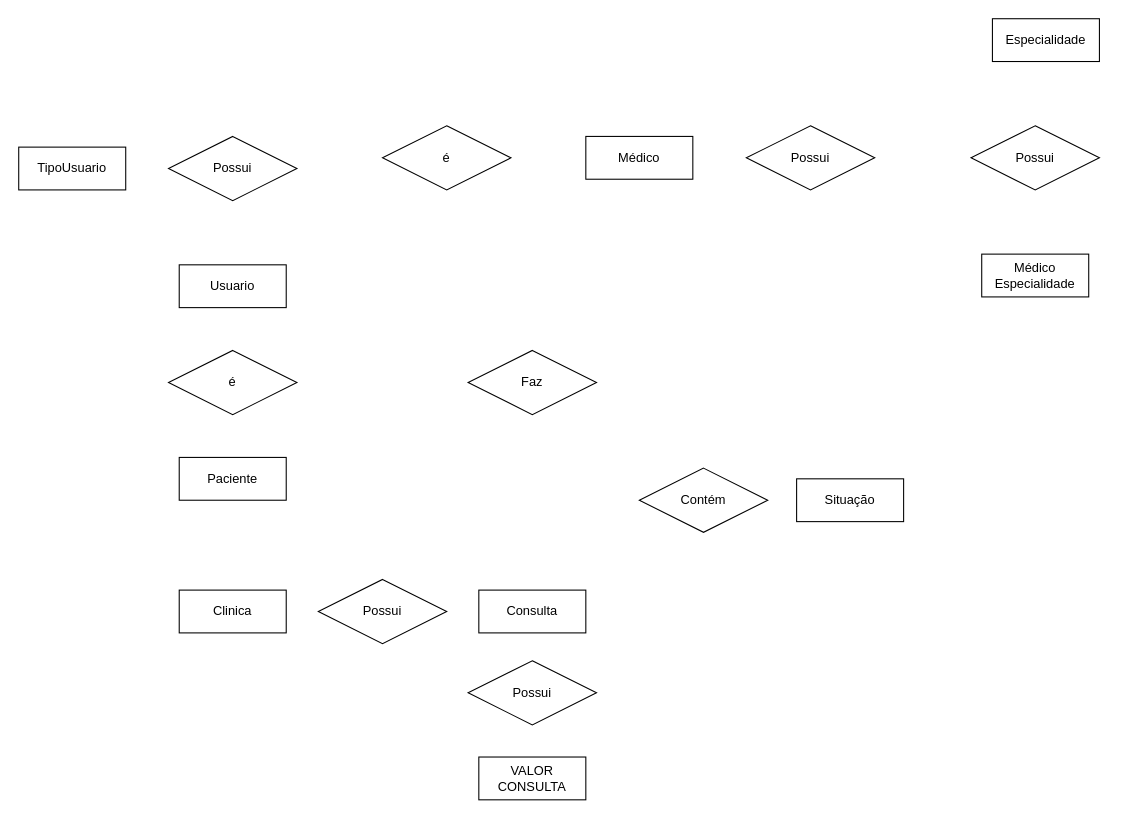
This is page "conceitual" (2 of 2) of Backend Modelagem/Modelagem Logica.drawio from xcrispis/senai_spmedgroup_sprint1_-bd_manha1_marco, a draw.io file, before an edit. Source tidied: cells renumbered, new cells numbered last; positions are measured from the earlier drawing's top-left corner, leaving out a move shared by most shapes. Both pictures are drawn from the tidied source at 107%, with x=0, y=0 at pixel (18, 18).
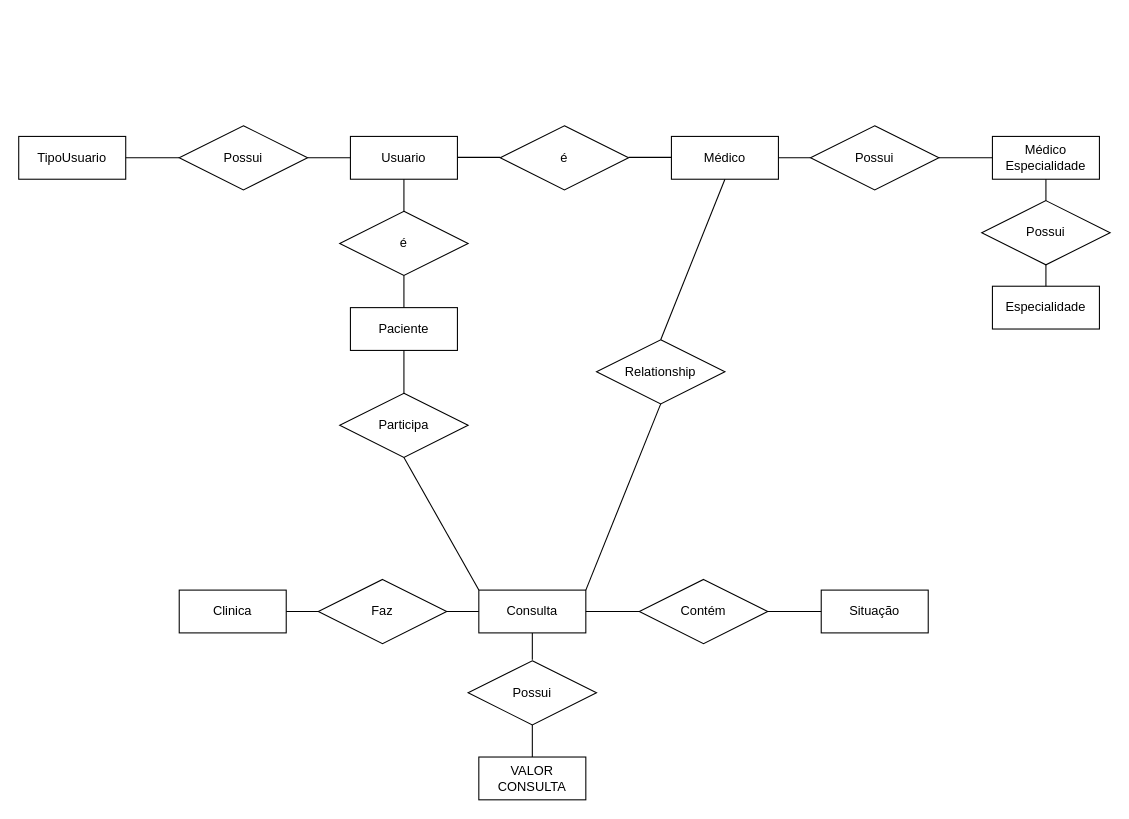
Above is the later version.

The change refers to these unchanged cells:
```xml
<mxCell id="8" value="Clinica&lt;br&gt;" style="whiteSpace=wrap;html=1;align=center;" parent="1" vertex="1">
  <mxGeometry x="150" y="534" width="100" height="40" as="geometry" />
</mxCell>
<mxCell id="9" value="Consulta" style="whiteSpace=wrap;html=1;align=center;" parent="1" vertex="1">
  <mxGeometry x="430" y="534" width="100" height="40" as="geometry" />
</mxCell>
<mxCell id="10" value="VALOR CONSULTA" style="whiteSpace=wrap;html=1;align=center;" parent="1" vertex="1">
  <mxGeometry x="430" y="690" width="100" height="40" as="geometry" />
</mxCell>
<mxCell id="19" value="Possui" style="shape=rhombus;perimeter=rhombusPerimeter;whiteSpace=wrap;html=1;align=center;" parent="1" vertex="1">
  <mxGeometry x="420" y="600" width="120" height="60" as="geometry" />
</mxCell>
```

Diff of the diagram source:
```diff
@@
     <mxCell id="2" value="TipoUsuario" style="whiteSpace=wrap;html=1;align=center;" parent="1" vertex="1">
-      <mxGeometry y="120" width="100" height="40" as="geometry" />
+      <mxGeometry y="110" width="100" height="40" as="geometry" />
     </mxCell>
     <mxCell id="3" value="Usuario" style="whiteSpace=wrap;html=1;align=center;" parent="1" vertex="1">
-      <mxGeometry x="150" y="230" width="100" height="40" as="geometry" />
+      <mxGeometry x="310" y="110" width="100" height="40" as="geometry" />
     </mxCell>
     <mxCell id="4" value="Paciente" style="whiteSpace=wrap;html=1;align=center;" parent="1" vertex="1">
-      <mxGeometry x="150" y="410" width="100" height="40" as="geometry" />
+      <mxGeometry x="310" y="270" width="100" height="40" as="geometry" />
     </mxCell>
     <mxCell id="5" value="Médico" style="whiteSpace=wrap;html=1;align=center;" parent="1" vertex="1">
-      <mxGeometry x="530" y="110" width="100" height="40" as="geometry" />
+      <mxGeometry x="610" y="110" width="100" height="40" as="geometry" />
     </mxCell>
     <mxCell id="6" value="Médico Especialidade" style="whiteSpace=wrap;html=1;align=center;" parent="1" vertex="1">
-      <mxGeometry x="900" y="220" width="100" height="40" as="geometry" />
+      <mxGeometry x="910" y="110" width="100" height="40" as="geometry" />
     </mxCell>
     <mxCell id="7" value="Especialidade" style="whiteSpace=wrap;html=1;align=center;" parent="1" vertex="1">
-      <mxGeometry x="910" width="100" height="40" as="geometry" />
+      <mxGeometry x="910" y="250" width="100" height="40" as="geometry" />
     </mxCell>
@@
     <mxCell id="11" value="Situação" style="whiteSpace=wrap;html=1;align=center;" parent="1" vertex="1">
-      <mxGeometry x="727" y="430" width="100" height="40" as="geometry" />
+      <mxGeometry x="750" y="534" width="100" height="40" as="geometry" />
     </mxCell>
     <mxCell id="12" value="Possui" style="shape=rhombus;perimeter=rhombusPerimeter;whiteSpace=wrap;html=1;align=center;" parent="1" vertex="1">
-      <mxGeometry x="140" y="110" width="120" height="60" as="geometry" />
+      <mxGeometry x="150" y="100" width="120" height="60" as="geometry" />
     </mxCell>
-    <mxCell id="13" value="Faz" style="shape=rhombus;perimeter=rhombusPerimeter;whiteSpace=wrap;html=1;align=center;" parent="1" vertex="1">
-      <mxGeometry x="420" y="310" width="120" height="60" as="geometry" />
+    <mxCell id="13" value="Participa" style="shape=rhombus;perimeter=rhombusPerimeter;whiteSpace=wrap;html=1;align=center;" parent="1" vertex="1">
+      <mxGeometry x="300" y="350" width="120" height="60" as="geometry" />
     </mxCell>
     <mxCell id="14" value="é" style="shape=rhombus;perimeter=rhombusPerimeter;whiteSpace=wrap;html=1;align=center;" parent="1" vertex="1">
-      <mxGeometry x="340" y="100" width="120" height="60" as="geometry" />
+      <mxGeometry x="450" y="100" width="120" height="60" as="geometry" />
     </mxCell>
     <mxCell id="15" value="é" style="shape=rhombus;perimeter=rhombusPerimeter;whiteSpace=wrap;html=1;align=center;" parent="1" vertex="1">
-      <mxGeometry x="140" y="310" width="120" height="60" as="geometry" />
+      <mxGeometry x="300" y="180" width="120" height="60" as="geometry" />
     </mxCell>
     <mxCell id="16" value="Possui" style="shape=rhombus;perimeter=rhombusPerimeter;whiteSpace=wrap;html=1;align=center;" parent="1" vertex="1">
-      <mxGeometry x="680" y="100" width="120" height="60" as="geometry" />
+      <mxGeometry x="740" y="100" width="120" height="60" as="geometry" />
     </mxCell>
     <mxCell id="17" value="Possui" style="shape=rhombus;perimeter=rhombusPerimeter;whiteSpace=wrap;html=1;align=center;" parent="1" vertex="1">
-      <mxGeometry x="890" y="100" width="120" height="60" as="geometry" />
+      <mxGeometry x="900" y="170" width="120" height="60" as="geometry" />
     </mxCell>
-    <mxCell id="18" value="Possui" style="shape=rhombus;perimeter=rhombusPerimeter;whiteSpace=wrap;html=1;align=center;" parent="1" vertex="1">
+    <mxCell id="18" value="Faz" style="shape=rhombus;perimeter=rhombusPerimeter;whiteSpace=wrap;html=1;align=center;" parent="1" vertex="1">
       <mxGeometry x="280" y="524" width="120" height="60" as="geometry" />
     </mxCell>
@@
     <mxCell id="20" value="Contém" style="shape=rhombus;perimeter=rhombusPerimeter;whiteSpace=wrap;html=1;align=center;" parent="1" vertex="1">
-      <mxGeometry x="580" y="420" width="120" height="60" as="geometry" />
+      <mxGeometry x="580" y="524" width="120" height="60" as="geometry" />
     </mxCell>
+    <mxCell id="21" style="endArrow=none;html=1;exitX=1;exitY=0.5;exitDx=0;exitDy=0;" parent="1" edge="1" source="2">
+      <mxGeometry relative="1" as="geometry">
+        <mxPoint x="150" y="130" as="targetPoint" />
+      </mxGeometry>
+    </mxCell>
+    <mxCell id="22" style="endArrow=none;html=1;exitX=1;exitY=0.5;exitDx=0;exitDy=0;entryX=0;entryY=0.5;entryDx=0;entryDy=0;" parent="1" edge="1" source="12" target="3">
+      <mxGeometry relative="1" as="geometry" />
+    </mxCell>
+    <mxCell id="23" style="endArrow=none;html=1;exitX=1;exitY=0.5;exitDx=0;exitDy=0;entryX=0;entryY=0.5;entryDx=0;entryDy=0;" parent="1" edge="1" source="8" target="18">
+      <mxGeometry relative="1" as="geometry" />
+    </mxCell>
+    <mxCell id="24" style="endArrow=none;html=1;exitX=1;exitY=0.5;exitDx=0;exitDy=0;entryX=0;entryY=0.5;entryDx=0;entryDy=0;" parent="1" edge="1" source="18" target="9">
+      <mxGeometry relative="1" as="geometry" />
+    </mxCell>
+    <mxCell id="25" style="endArrow=none;html=1;exitX=0.5;exitY=0;exitDx=0;exitDy=0;entryX=0.5;entryY=1;entryDx=0;entryDy=0;" parent="1" edge="1" source="10" target="19">
+      <mxGeometry relative="1" as="geometry" />
+    </mxCell>
+    <mxCell id="26" style="endArrow=none;html=1;exitX=1;exitY=0.5;exitDx=0;exitDy=0;entryX=0.5;entryY=1;entryDx=0;entryDy=0;" parent="1" edge="1" target="9">
+      <mxGeometry relative="1" as="geometry">
+        <mxPoint x="480" y="599.2" as="sourcePoint" />
+      </mxGeometry>
+    </mxCell>
+    <mxCell id="27" style="endArrow=none;html=1;entryX=0;entryY=0.5;entryDx=0;entryDy=0;" parent="1" edge="1">
+      <mxGeometry relative="1" as="geometry">
+        <mxPoint x="570" y="129.6" as="sourcePoint" />
+        <mxPoint x="610" y="129.6" as="targetPoint" />
+      </mxGeometry>
+    </mxCell>
+    <mxCell id="28" style="endArrow=none;html=1;entryX=0;entryY=0.5;entryDx=0;entryDy=0;exitX=1;exitY=0.5;exitDx=0;exitDy=0;" parent="1" edge="1" source="5" target="16">
+      <mxGeometry relative="1" as="geometry" />
+    </mxCell>
+    <mxCell id="29" style="endArrow=none;html=1;entryX=0.5;entryY=0;entryDx=0;entryDy=0;exitX=0.5;exitY=1;exitDx=0;exitDy=0;" parent="1" edge="1" source="5" target="41">
+      <mxGeometry relative="1" as="geometry" />
+    </mxCell>
+    <mxCell id="30" style="endArrow=none;html=1;entryX=0.5;entryY=1;entryDx=0;entryDy=0;" parent="1" edge="1" target="3">
+      <mxGeometry relative="1" as="geometry">
+        <mxPoint x="360" y="180" as="sourcePoint" />
+      </mxGeometry>
+    </mxCell>
+    <mxCell id="31" style="endArrow=none;html=1;entryX=0;entryY=0.5;entryDx=0;entryDy=0;" parent="1" edge="1">
+      <mxGeometry relative="1" as="geometry">
+        <mxPoint x="410" y="129.6" as="sourcePoint" />
+        <mxPoint x="450" y="129.6" as="targetPoint" />
+      </mxGeometry>
+    </mxCell>
+    <mxCell id="32" style="endArrow=none;html=1;entryX=0;entryY=0;entryDx=0;entryDy=0;exitX=0.5;exitY=1;exitDx=0;exitDy=0;" parent="1" edge="1" source="13" target="9">
+      <mxGeometry relative="1" as="geometry" />
+    </mxCell>
+    <mxCell id="33" style="endArrow=none;html=1;entryX=0.5;entryY=1;entryDx=0;entryDy=0;exitX=0.5;exitY=0;exitDx=0;exitDy=0;" parent="1" edge="1" source="13" target="4">
+      <mxGeometry relative="1" as="geometry" />
+    </mxCell>
+    <mxCell id="34" style="endArrow=none;html=1;entryX=0.5;entryY=1;entryDx=0;entryDy=0;exitX=0.5;exitY=0;exitDx=0;exitDy=0;" parent="1" edge="1" source="7" target="17">
+      <mxGeometry relative="1" as="geometry" />
+    </mxCell>
+    <mxCell id="35" style="endArrow=none;html=1;entryX=0.5;entryY=1;entryDx=0;entryDy=0;exitX=0.5;exitY=0;exitDx=0;exitDy=0;" parent="1" edge="1" source="17" target="6">
+      <mxGeometry relative="1" as="geometry" />
+    </mxCell>
+    <mxCell id="36" style="endArrow=none;html=1;entryX=1;entryY=0.5;entryDx=0;entryDy=0;exitX=0;exitY=0.5;exitDx=0;exitDy=0;" parent="1" edge="1" source="6" target="16">
+      <mxGeometry relative="1" as="geometry" />
+    </mxCell>
+    <mxCell id="37" style="endArrow=none;html=1;entryX=0.5;entryY=0;entryDx=0;entryDy=0;exitX=0.5;exitY=1;exitDx=0;exitDy=0;" parent="1" edge="1" source="15" target="4">
+      <mxGeometry relative="1" as="geometry" />
+    </mxCell>
+    <mxCell id="38" style="endArrow=none;html=1;entryX=1;entryY=0;entryDx=0;entryDy=0;exitX=0.5;exitY=1;exitDx=0;exitDy=0;" parent="1" edge="1" source="41" target="9">
+      <mxGeometry relative="1" as="geometry" />
+    </mxCell>
+    <mxCell id="39" style="endArrow=none;html=1;entryX=0;entryY=0.5;entryDx=0;entryDy=0;exitX=1;exitY=0.5;exitDx=0;exitDy=0;" parent="1" edge="1" source="20" target="11">
+      <mxGeometry relative="1" as="geometry" />
+    </mxCell>
+    <mxCell id="40" style="endArrow=none;html=1;entryX=0;entryY=0.5;entryDx=0;entryDy=0;exitX=1;exitY=0.5;exitDx=0;exitDy=0;" parent="1" edge="1" source="9" target="20">
+      <mxGeometry relative="1" as="geometry" />
+    </mxCell>
+    <mxCell id="41" value="Relationship" style="shape=rhombus;perimeter=rhombusPerimeter;whiteSpace=wrap;html=1;align=center;" parent="1" vertex="1">
+      <mxGeometry x="540" y="300" width="120" height="60" as="geometry" />
+    </mxCell>
```
